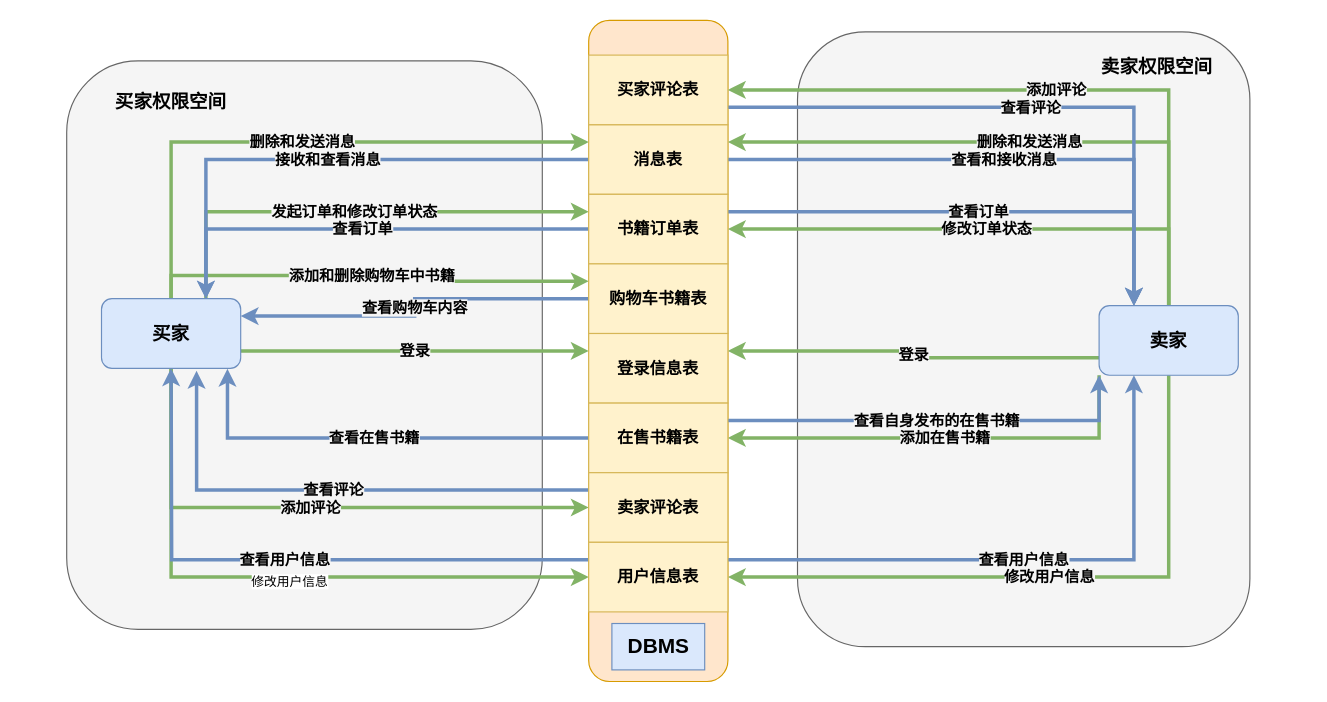
Nala-YN/DatabaseWebApp keeps this draw.io diagram as 数据流图.drawio. Above is the earlier version. Source tidied: cells renumbered, new cells numbered last; positions are measured from the earlier drawing's top-left corner, leaving out a move shared by most shapes. Both pictures are drawn from the tidied source at 116%, with x=0, y=0 at pixel (66, 20).
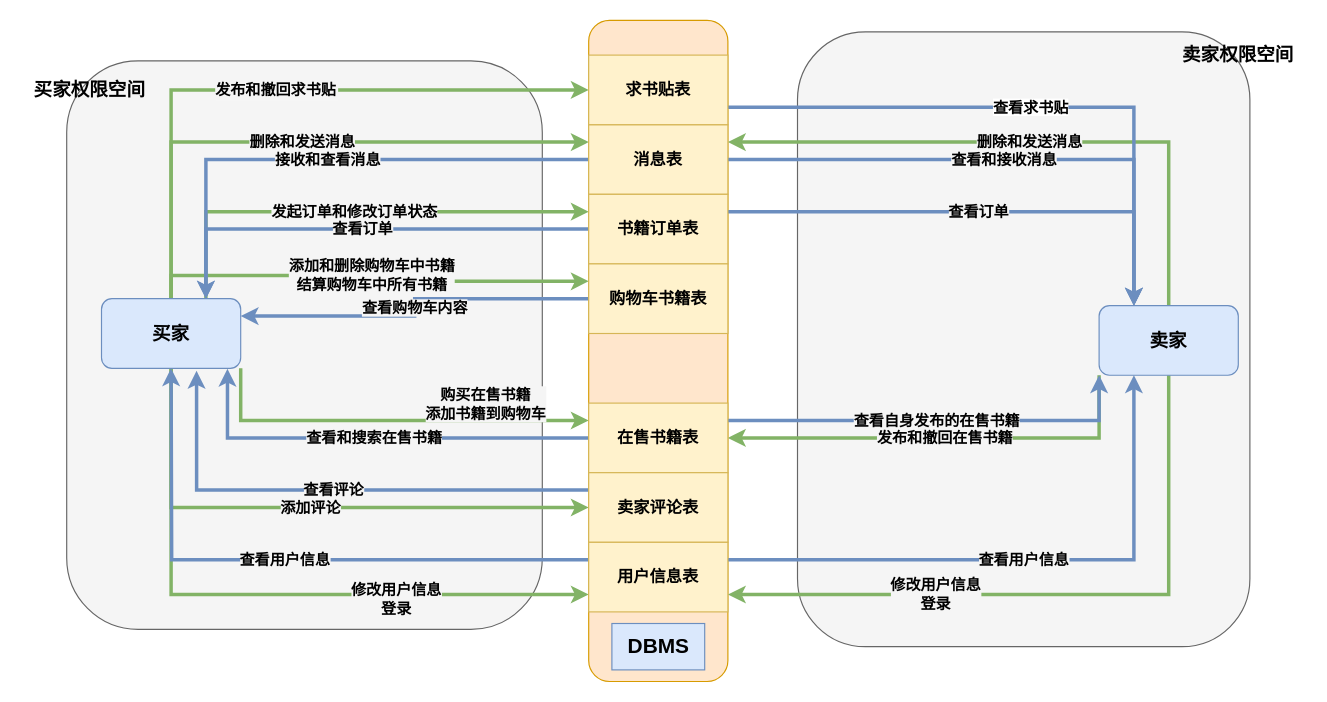
The same diagram, later.

Unchanged cells that the change refers to:
```xml
<mxCell id="13" value="&lt;font style=&quot;font-size: 16px;&quot;&gt;&lt;b&gt;买家&lt;/b&gt;&lt;/font&gt;" style="rounded=1;whiteSpace=wrap;html=1;fillColor=#dae8fc;strokeColor=#6c8ebf;" parent="1" vertex="1">
  <mxGeometry x="30" y="240" width="120" height="60" as="geometry" />
</mxCell>
<mxCell id="20" value="&lt;font style=&quot;font-size: 16px;&quot;&gt;&lt;b&gt;卖家&lt;/b&gt;&lt;/font&gt;" style="rounded=1;whiteSpace=wrap;html=1;fillColor=#dae8fc;strokeColor=#6c8ebf;" parent="1" vertex="1">
  <mxGeometry x="890" y="246" width="120" height="60" as="geometry" />
</mxCell>
<mxCell id="26" value="书籍订单表" style="rounded=0;whiteSpace=wrap;html=1;fillColor=#fff2cc;strokeColor=#d6b656;fontSize=14;fontStyle=1;" parent="1" vertex="1">
  <mxGeometry x="450" y="150" width="120" height="60" as="geometry" />
</mxCell>
<mxCell id="28" value="购物车书籍表" style="rounded=0;whiteSpace=wrap;html=1;fillColor=#fff2cc;strokeColor=#d6b656;fontSize=14;fontStyle=1;" parent="1" vertex="1">
  <mxGeometry x="450" y="210" width="120" height="60" as="geometry" />
</mxCell>
<mxCell id="32" value="在售书籍表" style="rounded=0;whiteSpace=wrap;html=1;fillColor=#fff2cc;strokeColor=#d6b656;fontSize=14;fontStyle=1;" parent="1" vertex="1">
  <mxGeometry x="450" y="330" width="120" height="60" as="geometry" />
</mxCell>
<mxCell id="39" value="用户信息表" style="rounded=0;whiteSpace=wrap;html=1;fillColor=#fff2cc;strokeColor=#d6b656;fontSize=14;fontStyle=1;" parent="1" vertex="1">
  <mxGeometry x="450" y="450" width="120" height="60" as="geometry" />
</mxCell>
```

The edit, as a diff of the source:
```diff
@@
-    <mxCell id="7" style="edgeStyle=orthogonalEdgeStyle;rounded=0;jettySize=auto;html=1;exitX=0.5;exitY=1;exitDx=0;exitDy=0;entryX=0;entryY=0.5;entryDx=0;entryDy=0;labelBackgroundColor=#f5f5f5;fontSize=13;strokeColor=#82b366;fillColor=#d5e8d4;strokeWidth=3;fontStyle=1;" parent="1" edge="1" source="13" target="39">
+    <mxCell id="7" style="edgeStyle=orthogonalEdgeStyle;rounded=0;jettySize=auto;html=1;exitX=0.5;exitY=1;exitDx=0;exitDy=0;entryX=0;entryY=0.75;entryDx=0;entryDy=0;labelBackgroundColor=#f5f5f5;fontSize=13;strokeColor=#82b366;fillColor=#d5e8d4;strokeWidth=3;fontStyle=1;" parent="1" edge="1" source="13" target="39">
       <mxGeometry relative="1" as="geometry" />
     </mxCell>
-    <mxCell id="8" value="修改用户信息" style="edgeLabel;html=1;align=center;verticalAlign=middle;" parent="7" vertex="1">
-      <mxGeometry x="0.04" y="-3" relative="1" as="geometry" />
+    <mxCell id="8" value="修改用户信息&lt;br&gt;登录" style="edgeLabel;html=1;align=center;verticalAlign=middle;fontSize=13;fontStyle=1;labelBackgroundColor=#f5f5f5;" parent="7" vertex="1">
+      <mxGeometry x="0.04" y="-3" relative="1" as="geometry">
+        <mxPoint x="99" as="offset" />
+      </mxGeometry>
     </mxCell>
@@
-    <mxCell id="11" value="添加和删除购物车中书籍" style="edgeStyle=orthogonalEdgeStyle;rounded=0;jettySize=auto;html=1;exitX=0.5;exitY=0;exitDx=0;exitDy=0;entryX=0;entryY=0.25;entryDx=0;entryDy=0;labelBackgroundColor=#f5f5f5;fontSize=13;strokeColor=#82b366;fillColor=#d5e8d4;strokeWidth=3;fontStyle=1;" parent="1" edge="1" source="13" target="28">
+    <mxCell id="11" value="添加和删除购物车中书籍&lt;br&gt;结算购物车中所有书籍" style="edgeStyle=orthogonalEdgeStyle;rounded=0;jettySize=auto;html=1;exitX=0.5;exitY=0;exitDx=0;exitDy=0;entryX=0;entryY=0.25;entryDx=0;entryDy=0;labelBackgroundColor=#f5f5f5;fontSize=13;strokeColor=#82b366;fillColor=#d5e8d4;strokeWidth=3;fontStyle=1;" parent="1" edge="1" source="13" target="28">
       <mxGeometry relative="1" as="geometry" />
     </mxCell>
-    <mxCell id="12" value="登录" style="edgeStyle=orthogonalEdgeStyle;rounded=0;jettySize=auto;html=1;exitX=1;exitY=0.75;exitDx=0;exitDy=0;entryX=0;entryY=0.25;entryDx=0;entryDy=0;labelBackgroundColor=#f5f5f5;fontSize=13;strokeColor=#82b366;fillColor=#d5e8d4;strokeWidth=3;fontStyle=1;" parent="1" edge="1" source="13" target="29">
-      <mxGeometry relative="1" as="geometry" />
-    </mxCell>
+    <mxCell id="42" style="edgeStyle=orthogonalEdgeStyle;rounded=0;jettySize=auto;html=1;exitX=0.5;exitY=0;exitDx=0;exitDy=0;entryX=0;entryY=0.5;entryDx=0;entryDy=0;labelBackgroundColor=#f5f5f5;fontSize=13;strokeColor=#82b366;fillColor=#d5e8d4;strokeWidth=3;fontStyle=1;" parent="1" edge="1" source="13" target="34">
+      <mxGeometry relative="1" as="geometry" />
+    </mxCell>
+    <mxCell id="43" value="发布和撤回求书贴" style="edgeLabel;align=center;verticalAlign=middle;labelBorderColor=none;labelBackgroundColor=#f5f5f5;fontSize=13;fontStyle=1;" parent="42" vertex="1">
+      <mxGeometry y="1" relative="1" as="geometry" />
+    </mxCell>
+    <mxCell id="44" style="edgeStyle=orthogonalEdgeStyle;rounded=0;jettySize=auto;html=1;exitX=1;exitY=1;exitDx=0;exitDy=0;entryX=0;entryY=0.25;entryDx=0;entryDy=0;labelBackgroundColor=#f5f5f5;fontSize=13;strokeColor=#82b366;fillColor=#d5e8d4;strokeWidth=3;fontStyle=1;" parent="1" edge="1" source="13" target="32">
+      <mxGeometry relative="1" as="geometry" />
+    </mxCell>
+    <mxCell id="45" value="&lt;b&gt;购买在售书籍&lt;br&gt;添加书籍到购物车&lt;/b&gt;" style="edgeLabel;html=1;align=center;verticalAlign=middle;fontSize=13;labelBackgroundColor=#f5f5f5;" parent="44" vertex="1">
+      <mxGeometry x="0.48" y="-1" relative="1" as="geometry">
+        <mxPoint y="-16" as="offset" />
+      </mxGeometry>
+    </mxCell>
@@
-    <mxCell id="14" value="添加评论" style="edgeStyle=orthogonalEdgeStyle;rounded=0;jettySize=auto;html=1;exitX=0.5;exitY=0;exitDx=0;exitDy=0;entryX=1;entryY=0.5;entryDx=0;entryDy=0;labelBackgroundColor=#f5f5f5;fontSize=13;strokeColor=#82b366;fillColor=#d5e8d4;strokeWidth=3;fontStyle=1;" parent="1" edge="1" source="20" target="34">
-      <mxGeometry relative="1" as="geometry" />
-    </mxCell>
-    <mxCell id="15" value="修改用户信息" style="edgeStyle=orthogonalEdgeStyle;rounded=0;jettySize=auto;html=1;exitX=0.5;exitY=1;exitDx=0;exitDy=0;entryX=1;entryY=0.5;entryDx=0;entryDy=0;labelBackgroundColor=#f5f5f5;fontSize=13;strokeColor=#82b366;fillColor=#d5e8d4;strokeWidth=3;fontStyle=1;" parent="1" edge="1" source="20" target="39">
-      <mxGeometry relative="1" as="geometry" />
+    <mxCell id="15" value="修改用户信息&lt;br&gt;登录" style="edgeStyle=orthogonalEdgeStyle;rounded=0;jettySize=auto;html=1;exitX=0.5;exitY=1;exitDx=0;exitDy=0;entryX=1;entryY=0.75;entryDx=0;entryDy=0;labelBackgroundColor=#f5f5f5;fontSize=13;strokeColor=#82b366;fillColor=#d5e8d4;strokeWidth=3;fontStyle=1;" parent="1" edge="1" source="20" target="39">
+      <mxGeometry x="0.37" relative="1" as="geometry" />
     </mxCell>
@@
-    <mxCell id="17" value="修改订单状态" style="edgeStyle=orthogonalEdgeStyle;rounded=0;jettySize=auto;html=1;exitX=0.5;exitY=0;exitDx=0;exitDy=0;entryX=1;entryY=0.5;entryDx=0;entryDy=0;labelBackgroundColor=#f5f5f5;fontSize=13;strokeColor=#82b366;fillColor=#d5e8d4;strokeWidth=3;fontStyle=1;" parent="1" edge="1" source="20" target="26">
-      <mxGeometry relative="1" as="geometry" />
-    </mxCell>
-    <mxCell id="18" value="登录" style="edgeStyle=orthogonalEdgeStyle;rounded=0;jettySize=auto;html=1;exitX=0;exitY=0.75;exitDx=0;exitDy=0;entryX=1;entryY=0.25;entryDx=0;entryDy=0;labelBackgroundColor=#f5f5f5;fontSize=13;strokeColor=#82b366;fillColor=#d5e8d4;strokeWidth=3;fontStyle=1;" parent="1" edge="1" source="20" target="29">
-      <mxGeometry relative="1" as="geometry" />
-    </mxCell>
-    <mxCell id="19" value="添加在售书籍" style="edgeStyle=orthogonalEdgeStyle;rounded=0;jettySize=auto;html=1;exitX=0;exitY=1;exitDx=0;exitDy=0;entryX=1;entryY=0.5;entryDx=0;entryDy=0;labelBackgroundColor=#f5f5f5;fontSize=13;strokeColor=#82b366;fillColor=#d5e8d4;strokeWidth=3;fontStyle=1;" parent="1" edge="1" source="20" target="32">
+    <mxCell id="19" value="发布和撤回在售书籍" style="edgeStyle=orthogonalEdgeStyle;rounded=0;jettySize=auto;html=1;exitX=0;exitY=1;exitDx=0;exitDy=0;entryX=1;entryY=0.5;entryDx=0;entryDy=0;labelBackgroundColor=#f5f5f5;fontSize=13;strokeColor=#82b366;fillColor=#d5e8d4;strokeWidth=3;fontStyle=1;" parent="1" edge="1" source="20" target="32">
       <mxGeometry relative="1" as="geometry" />
     </mxCell>
@@
-    <mxCell id="29" value="登录信息表" style="rounded=0;whiteSpace=wrap;html=1;fillColor=#fff2cc;strokeColor=#d6b656;fontSize=14;fontStyle=1;" parent="1" vertex="1">
-      <mxGeometry x="450" y="270" width="120" height="60" as="geometry" />
-    </mxCell>
-    <mxCell id="30" value="查看在售书籍" style="edgeStyle=orthogonalEdgeStyle;rounded=0;jettySize=auto;html=1;exitX=0;exitY=0.5;exitDx=0;exitDy=0;entryX=0.905;entryY=1.007;entryDx=0;entryDy=0;entryPerimeter=0;labelBackgroundColor=#f5f5f5;fontSize=13;strokeColor=#6c8ebf;fillColor=#dae8fc;strokeWidth=3;fontStyle=1;" parent="1" edge="1" source="32" target="13">
+    <mxCell id="30" value="查看和搜索在售书籍" style="edgeStyle=orthogonalEdgeStyle;rounded=0;jettySize=auto;html=1;exitX=0;exitY=0.5;exitDx=0;exitDy=0;entryX=0.905;entryY=1.007;entryDx=0;entryDy=0;entryPerimeter=0;labelBackgroundColor=#f5f5f5;fontSize=13;strokeColor=#6c8ebf;fillColor=#dae8fc;strokeWidth=3;fontStyle=1;" parent="1" edge="1" source="32" target="13">
       <mxGeometry relative="1" as="geometry" />
     </mxCell>
@@
-    <mxCell id="33" value="查看评论" style="edgeStyle=orthogonalEdgeStyle;rounded=0;jettySize=auto;html=1;exitX=1;exitY=0.75;exitDx=0;exitDy=0;entryX=0.25;entryY=0;entryDx=0;entryDy=0;labelBackgroundColor=#f5f5f5;fontSize=13;strokeColor=#6c8ebf;fillColor=#dae8fc;strokeWidth=3;fontStyle=1;" parent="1" edge="1" source="34" target="20">
+    <mxCell id="33" value="查看求书贴" style="edgeStyle=orthogonalEdgeStyle;rounded=0;jettySize=auto;html=1;exitX=1;exitY=0.75;exitDx=0;exitDy=0;entryX=0.25;entryY=0;entryDx=0;entryDy=0;labelBackgroundColor=default;fontSize=13;strokeColor=#6c8ebf;fillColor=#dae8fc;strokeWidth=3;fontStyle=1;" parent="1" edge="1" source="34" target="20">
       <mxGeometry relative="1" as="geometry" />
     </mxCell>
-    <mxCell id="34" value="买家评论表" style="rounded=0;whiteSpace=wrap;html=1;fillColor=#fff2cc;strokeColor=#d6b656;fontSize=14;fontStyle=1;" parent="1" vertex="1">
+    <mxCell id="34" value="求书贴表" style="rounded=0;whiteSpace=wrap;html=1;fillColor=#fff2cc;strokeColor=#d6b656;fontSize=14;fontStyle=1;" parent="1" vertex="1">
       <mxGeometry x="450" y="30" width="120" height="60" as="geometry" />
     </mxCell>
@@
     <mxCell id="40" value="&lt;b&gt;&lt;font style=&quot;font-size: 16px;&quot;&gt;买家权限空间&lt;/font&gt;&lt;/b&gt;" style="rounded=0;whiteSpace=wrap;html=1;fontFamily=Helvetica;fontSize=13;fillColor=none;strokeColor=none;" parent="1" vertex="1">
-      <mxGeometry x="30" y="40" width="120" height="60" as="geometry" />
+      <mxGeometry x="-40" y="30" width="120" height="60" as="geometry" />
     </mxCell>
     <mxCell id="41" value="&lt;b&gt;&lt;font style=&quot;font-size: 16px;&quot;&gt;卖家权限空间&lt;/font&gt;&lt;/b&gt;" style="rounded=0;whiteSpace=wrap;html=1;fontFamily=Helvetica;fontSize=13;fillColor=none;strokeColor=none;" parent="1" vertex="1">
-      <mxGeometry x="880" y="10" width="120" height="60" as="geometry" />
+      <mxGeometry x="950" width="120" height="60" as="geometry" />
     </mxCell>
```
